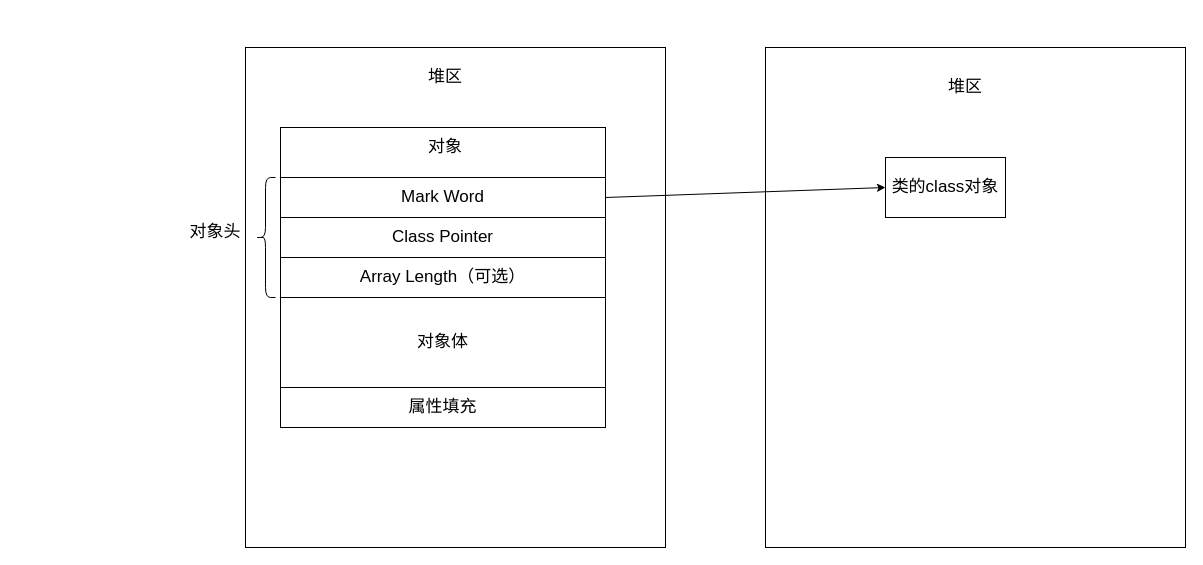
Before: docs/assets/drawio/java对象结构.drawio in qinguan1/qinguan1.github.io, a draw.io diagram. Source tidied: cells renumbered, new cells numbered last; positions are measured from the earlier drawing's top-left corner, leaving out a move shared by most shapes. Both pictures are drawn from the tidied source at 100%, with x=0, y=0 at pixel (185, 47).
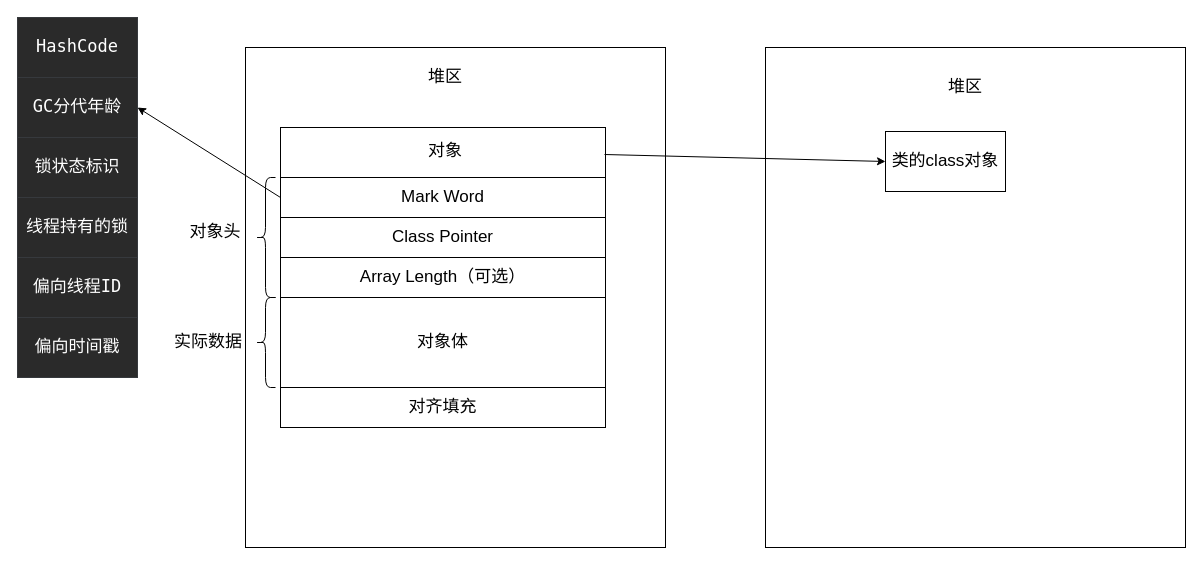
The same diagram, later.

The change refers to these unchanged cells:
```xml
<mxCell id="6" style="rounded=0;whiteSpace=wrap;html=1;fontSize=17;strokeWidth=1;" parent="1" vertex="1">
  <mxGeometry x="95" y="80" width="325" height="300" as="geometry" />
</mxCell>
<mxCell id="9" value="Mark Word" style="rounded=0;whiteSpace=wrap;html=1;fontSize=17;strokeWidth=1;labelBackgroundColor=none;" parent="1" vertex="1">
  <mxGeometry x="95" y="130" width="325" height="40" as="geometry" />
</mxCell>
```

The edit, as a diff of the source:
```diff
@@
     <mxCell id="7" value="对象" style="text;html=1;strokeColor=none;fillColor=none;align=center;verticalAlign=middle;whiteSpace=wrap;rounded=0;strokeWidth=1;fontSize=17;" parent="1" vertex="1">
-      <mxGeometry x="210" y="80" width="100" height="40" as="geometry" />
+      <mxGeometry x="210" y="84" width="100" height="40" as="geometry" />
     </mxCell>
-    <mxCell id="8" style="edgeStyle=none;html=1;exitX=1;exitY=0.5;exitDx=0;exitDy=0;entryX=0;entryY=0.5;entryDx=0;entryDy=0;fontSize=17;" parent="1" edge="1" source="9" target="14">
-      <mxGeometry relative="1" as="geometry" />
-    </mxCell>
+    <mxCell id="17" style="edgeStyle=none;html=1;exitX=0;exitY=0.5;exitDx=0;exitDy=0;entryX=1;entryY=0.5;entryDx=0;entryDy=0;fontSize=17;fontColor=#FFFFFF;" parent="1" edge="1" source="9" target="22">
+      <mxGeometry relative="1" as="geometry" />
+    </mxCell>
@@
-    <mxCell id="13" value="属性填充" style="rounded=0;whiteSpace=wrap;html=1;fontSize=17;strokeWidth=1;" parent="1" vertex="1">
+    <mxCell id="13" value="对齐填充" style="rounded=0;whiteSpace=wrap;html=1;fontSize=17;strokeWidth=1;" parent="1" vertex="1">
       <mxGeometry x="95" y="340" width="325" height="40" as="geometry" />
     </mxCell>
     <mxCell id="14" value="类的class对象" style="rounded=0;whiteSpace=wrap;html=1;fontSize=17;strokeWidth=1;" parent="1" vertex="1">
-      <mxGeometry x="700" y="110" width="120" height="60" as="geometry" />
+      <mxGeometry x="700" y="84" width="120" height="60" as="geometry" />
     </mxCell>
@@
+    <mxCell id="18" style="shape=curlyBracket;whiteSpace=wrap;html=1;rounded=1;labelBackgroundColor=none;fontSize=17;strokeWidth=1;fillColor=#CDEB8B;" parent="1" vertex="1">
+      <mxGeometry x="70" y="250" width="20" height="90" as="geometry" />
+    </mxCell>
+    <mxCell id="19" value="实际数据" style="text;html=1;strokeColor=none;fillColor=none;align=center;verticalAlign=middle;whiteSpace=wrap;rounded=0;fontSize=17;" parent="1" vertex="1">
+      <mxGeometry x="-12" y="280" width="70" height="30" as="geometry" />
+    </mxCell>
+    <mxCell id="20" value="&lt;pre style=&quot;margin-top: 0px ; margin-bottom: 0px ; font-size: 17px ; overflow: auto ; border-radius: 4px&quot;&gt;&lt;pre style=&quot;font-size: 17px ; margin-top: 0px ; margin-bottom: 0px ; overflow: auto ; border-radius: 4px&quot;&gt;&lt;pre style=&quot;font-size: 17px ; font-weight: 700 ; margin-top: 0px ; margin-bottom: 0px ; overflow: auto ; border-radius: 4px&quot;&gt;&lt;font face=&quot;menlo, monaco, consolas, andale mono, lucida console, courier new, monospace&quot; style=&quot;font-size: 17px&quot;&gt;&lt;span style=&quot;font-size: 17px ; font-weight: 400&quot;&gt;偏向时间戳&lt;/span&gt;&lt;/font&gt;&lt;/pre&gt;&lt;/pre&gt;&lt;/pre&gt;" style="rounded=0;whiteSpace=wrap;html=1;labelBackgroundColor=none;fillColor=#2A2A2A;strokeColor=#36393d;fontColor=#FFFFFF;fontSize=17;" parent="1" vertex="1">
+      <mxGeometry x="-168" y="270" width="120" height="60" as="geometry" />
+    </mxCell>
+    <mxCell id="21" value="&lt;pre style=&quot;margin-top: 0px; margin-bottom: 0px; overflow: auto; border-radius: 4px; font-size: 17px;&quot;&gt;&lt;pre style=&quot;margin-top: 0px; margin-bottom: 0px; overflow: auto; border-radius: 4px; font-size: 17px;&quot;&gt;&lt;font face=&quot;menlo, monaco, consolas, andale mono, lucida console, courier new, monospace&quot; style=&quot;font-size: 17px;&quot;&gt;&lt;span style=&quot;font-size: 17px;&quot;&gt;HashCode&lt;/span&gt;&lt;/font&gt;&lt;/pre&gt;&lt;/pre&gt;" style="rounded=0;whiteSpace=wrap;html=1;fillColor=#2A2A2A;strokeColor=#36393d;fontColor=#FFFFFF;fontSize=17;" parent="1" vertex="1">
+      <mxGeometry x="-168" y="-30" width="120" height="60" as="geometry" />
+    </mxCell>
+    <mxCell id="22" value="&lt;pre style=&quot;margin-top: 0px; margin-bottom: 0px; overflow: auto; border-radius: 4px; font-size: 17px;&quot;&gt;&lt;pre style=&quot;margin-top: 0px; margin-bottom: 0px; overflow: auto; border-radius: 4px; font-size: 17px;&quot;&gt;&lt;pre style=&quot;margin-top: 0px; margin-bottom: 0px; overflow: auto; border-radius: 4px; font-size: 17px;&quot;&gt;&lt;font face=&quot;menlo, monaco, consolas, andale mono, lucida console, courier new, monospace&quot; style=&quot;font-size: 17px;&quot;&gt;&lt;span style=&quot;font-size: 17px;&quot;&gt;GC分代年龄&lt;/span&gt;&lt;/font&gt;&lt;/pre&gt;&lt;/pre&gt;&lt;/pre&gt;" style="rounded=0;whiteSpace=wrap;html=1;labelBackgroundColor=none;fillColor=#2A2A2A;strokeColor=#36393d;fontColor=#FFFFFF;fontSize=17;" parent="1" vertex="1">
+      <mxGeometry x="-168" y="30" width="120" height="60" as="geometry" />
+    </mxCell>
+    <mxCell id="23" value="&lt;pre style=&quot;margin-top: 0px ; margin-bottom: 0px ; font-size: 17px ; overflow: auto ; border-radius: 4px&quot;&gt;&lt;pre style=&quot;font-size: 17px ; margin-top: 0px ; margin-bottom: 0px ; overflow: auto ; border-radius: 4px&quot;&gt;&lt;pre style=&quot;font-size: 17px ; margin-top: 0px ; margin-bottom: 0px ; overflow: auto ; border-radius: 4px&quot;&gt;&lt;font face=&quot;menlo, monaco, consolas, andale mono, lucida console, courier new, monospace&quot;&gt;锁状态标识&lt;/font&gt;&lt;/pre&gt;&lt;/pre&gt;&lt;/pre&gt;" style="rounded=0;whiteSpace=wrap;html=1;labelBackgroundColor=none;fillColor=#2A2A2A;strokeColor=#36393d;fontColor=#FFFFFF;fontSize=17;" parent="1" vertex="1">
+      <mxGeometry x="-168" y="90" width="120" height="60" as="geometry" />
+    </mxCell>
+    <mxCell id="24" value="&lt;pre style=&quot;margin-top: 0px ; margin-bottom: 0px ; font-size: 17px ; overflow: auto ; border-radius: 4px&quot;&gt;&lt;pre style=&quot;font-size: 17px ; margin-top: 0px ; margin-bottom: 0px ; overflow: auto ; border-radius: 4px&quot;&gt;&lt;pre style=&quot;font-size: 17px ; margin-top: 0px ; margin-bottom: 0px ; overflow: auto ; border-radius: 4px&quot;&gt;&lt;font face=&quot;menlo, monaco, consolas, andale mono, lucida console, courier new, monospace&quot;&gt;线程持有的锁&lt;/font&gt;&lt;/pre&gt;&lt;/pre&gt;&lt;/pre&gt;" style="rounded=0;whiteSpace=wrap;html=1;labelBackgroundColor=none;fillColor=#2A2A2A;strokeColor=#36393d;fontColor=#FFFFFF;fontSize=17;" parent="1" vertex="1">
+      <mxGeometry x="-168" y="150" width="120" height="60" as="geometry" />
+    </mxCell>
+    <mxCell id="25" value="&lt;pre style=&quot;margin-top: 0px ; margin-bottom: 0px ; font-size: 17px ; overflow: auto ; border-radius: 4px&quot;&gt;&lt;pre style=&quot;font-size: 17px ; margin-top: 0px ; margin-bottom: 0px ; overflow: auto ; border-radius: 4px&quot;&gt;&lt;pre style=&quot;font-size: 17px ; font-weight: 700 ; margin-top: 0px ; margin-bottom: 0px ; overflow: auto ; border-radius: 4px&quot;&gt;&lt;font face=&quot;menlo, monaco, consolas, andale mono, lucida console, courier new, monospace&quot; style=&quot;font-size: 17px&quot;&gt;&lt;span style=&quot;font-size: 17px ; font-weight: 400&quot;&gt;偏向线程ID&lt;/span&gt;&lt;/font&gt;&lt;/pre&gt;&lt;/pre&gt;&lt;/pre&gt;" style="rounded=0;whiteSpace=wrap;html=1;labelBackgroundColor=none;fillColor=#2A2A2A;strokeColor=#36393d;fontColor=#FFFFFF;fontSize=17;" parent="1" vertex="1">
+      <mxGeometry x="-168" y="210" width="120" height="60" as="geometry" />
+    </mxCell>
+    <mxCell id="26" style="endArrow=classic;html=1;fontSize=17;fontColor=#FFFFFF;exitX=0.997;exitY=0.09;exitDx=0;exitDy=0;exitPerimeter=0;entryX=0;entryY=0.5;entryDx=0;entryDy=0;" parent="1" edge="1" source="6" target="14">
+      <mxGeometry relative="1" as="geometry" />
+    </mxCell>
```
